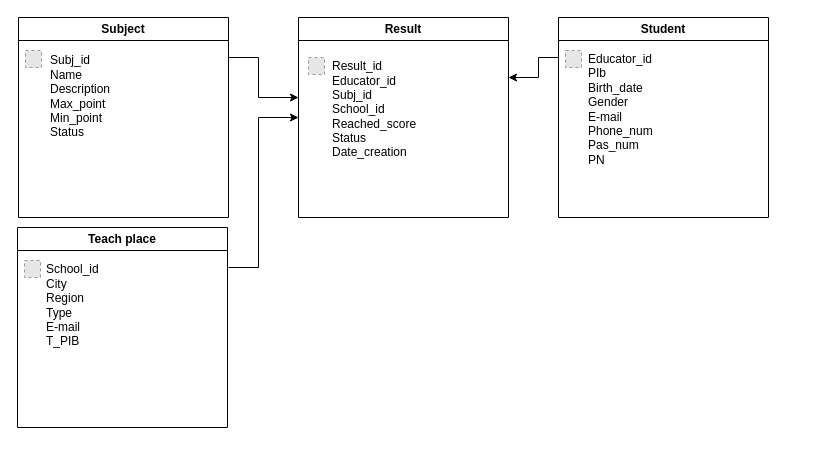
Before: page "ER" (2 of 2) of Database cheme.drawio in hucketa/CP, a draw.io diagram. Source tidied: cells renumbered, new cells numbered last; positions are measured from the earlier drawing's top-left corner, leaving out a move shared by most shapes. Both pictures are drawn from the tidied source at 100%, with x=0, y=0 at pixel (17, 17). Pictures stored in the file or linked from it are replaced by grey dashed boxes.
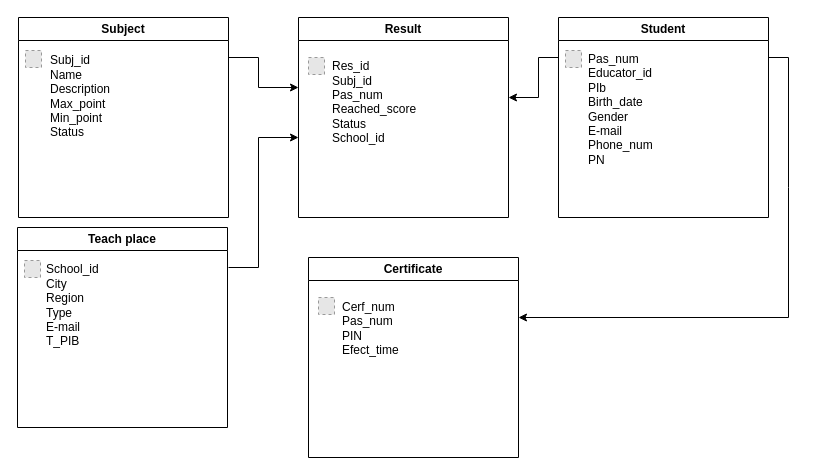
Above is the later version.

Commit message (it also covers changes not shown here):
Added Certificate table

The change refers to these unchanged cells:
```xml
<mxCell id="2" value="Student" style="swimlane;whiteSpace=wrap;html=1;startSize=23;" parent="1" vertex="1">
  <mxGeometry x="541" width="210" height="200" as="geometry" />
</mxCell>
<mxCell id="5" value="Result" style="swimlane;whiteSpace=wrap;html=1;startSize=23;" parent="1" vertex="1">
  <mxGeometry x="281" width="210" height="200" as="geometry" />
</mxCell>
```

The edit, as a diff of the source:
```diff
@@
-    <mxCell id="3" value="&lt;div&gt;Educator_id&lt;/div&gt;&lt;div&gt;&lt;span style=&quot;background-color: initial;&quot;&gt;PIb&lt;/span&gt;&lt;/div&gt;&lt;div&gt;&lt;span style=&quot;background-color: initial;&quot;&gt;Birth_date&lt;/span&gt;&lt;/div&gt;&lt;div&gt;&lt;span style=&quot;background-color: initial;&quot;&gt;Gender&lt;/span&gt;&lt;br&gt;&lt;/div&gt;&lt;div&gt;E-mail&lt;/div&gt;&lt;div&gt;&lt;span style=&quot;background-color: initial;&quot;&gt;Phone_num&lt;/span&gt;&lt;/div&gt;&lt;div&gt;&lt;span style=&quot;background-color: initial;&quot;&gt;Pas_num&lt;/span&gt;&lt;/div&gt;&lt;div&gt;&lt;span style=&quot;background-color: initial;&quot;&gt;PN&lt;/span&gt;&lt;br&gt;&lt;/div&gt;" style="text;html=1;align=left;verticalAlign=middle;strokeColor=none;fillColor=none;" parent="2" vertex="1">
+    <mxCell id="3" value="&lt;div&gt;Pas_num&lt;br&gt;&lt;/div&gt;&lt;div&gt;Educator_id&lt;/div&gt;&lt;div&gt;&lt;span style=&quot;background-color: initial;&quot;&gt;PIb&lt;/span&gt;&lt;/div&gt;&lt;div&gt;&lt;span style=&quot;background-color: initial;&quot;&gt;Birth_date&lt;/span&gt;&lt;/div&gt;&lt;div&gt;&lt;span style=&quot;background-color: initial;&quot;&gt;Gender&lt;/span&gt;&lt;br&gt;&lt;/div&gt;&lt;div&gt;E-mail&lt;/div&gt;&lt;div&gt;&lt;span style=&quot;background-color: initial;&quot;&gt;Phone_num&lt;/span&gt;&lt;/div&gt;&lt;div&gt;&lt;span style=&quot;background-color: initial;&quot;&gt;PN&lt;/span&gt;&lt;br&gt;&lt;/div&gt;" style="text;html=1;align=left;verticalAlign=middle;strokeColor=none;fillColor=none;" parent="2" vertex="1">
       <mxGeometry x="28" y="27" width="90" height="130" as="geometry" />
     </mxCell>
@@
-    <mxCell id="7" value="&lt;div&gt;&lt;span style=&quot;background-color: initial;&quot;&gt;Result_id&lt;/span&gt;&lt;/div&gt;&lt;div&gt;&lt;div style=&quot;text-wrap: nowrap;&quot;&gt;Educator_id&lt;/div&gt;&lt;/div&gt;&lt;div&gt;&lt;span style=&quot;background-color: initial;&quot;&gt;Subj_id&lt;/span&gt;&lt;br&gt;&lt;/div&gt;&lt;div style=&quot;text-wrap: nowrap;&quot;&gt;&lt;span style=&quot;background-color: initial;&quot;&gt;School_id&lt;/span&gt;&lt;/div&gt;&lt;div&gt;&lt;span style=&quot;background-color: initial;&quot;&gt;Reached_score&lt;/span&gt;&lt;/div&gt;&lt;div&gt;&lt;span style=&quot;background-color: initial;&quot;&gt;Status&lt;/span&gt;&lt;br&gt;&lt;/div&gt;&lt;div&gt;&lt;span style=&quot;background-color: initial;&quot;&gt;Date_creation&lt;/span&gt;&lt;/div&gt;" style="text;html=1;align=left;verticalAlign=middle;whiteSpace=wrap;rounded=0;" parent="5" vertex="1">
+    <mxCell id="7" value="&lt;div&gt;&lt;span style=&quot;background-color: initial;&quot;&gt;Res_id&lt;/span&gt;&lt;/div&gt;&lt;div&gt;&lt;span style=&quot;background-color: initial;&quot;&gt;Subj_id&lt;/span&gt;&lt;/div&gt;&lt;div&gt;&lt;span style=&quot;text-wrap: nowrap; background-color: initial;&quot;&gt;Pas_num&lt;/span&gt;&lt;/div&gt;&lt;div&gt;&lt;span style=&quot;background-color: initial;&quot;&gt;Reached_score&lt;/span&gt;&lt;/div&gt;&lt;div&gt;&lt;span style=&quot;background-color: initial;&quot;&gt;Status&lt;/span&gt;&lt;/div&gt;&lt;div&gt;&lt;span style=&quot;background-color: initial; text-wrap: nowrap;&quot;&gt;School_id&lt;/span&gt;&lt;br&gt;&lt;/div&gt;&lt;div&gt;&lt;div style=&quot;text-wrap: nowrap;&quot;&gt;&lt;div&gt;&lt;span style=&quot;background-color: initial;&quot;&gt;&lt;br&gt;&lt;/span&gt;&lt;/div&gt;&lt;/div&gt;&lt;/div&gt;" style="text;html=1;align=left;verticalAlign=middle;whiteSpace=wrap;rounded=0;" parent="5" vertex="1">
       <mxGeometry x="32" y="27" width="140" height="130" as="geometry" />
     </mxCell>
@@
     <mxCell id="14" style="endArrow=classic;html=1;rounded=0;" parent="1" edge="1">
       <mxGeometry relative="1" as="geometry">
         <mxPoint x="211" y="40" as="sourcePoint" />
-        <mxPoint x="281" y="80" as="targetPoint" />
+        <mxPoint x="281" y="70" as="targetPoint" />
         <Array as="points">
           <mxPoint x="241" y="40" />
-          <mxPoint x="241" y="80" />
+          <mxPoint x="241" y="70" />
         </Array>
       </mxGeometry>
     </mxCell>
-    <mxCell id="15" style="endArrow=classic;html=1;rounded=0;entryX=0;entryY=0.5;entryDx=0;entryDy=0;" parent="1" edge="1" target="5">
+    <mxCell id="15" style="endArrow=classic;html=1;rounded=0;" parent="1" edge="1">
       <mxGeometry relative="1" as="geometry">
         <mxPoint x="211" y="250" as="sourcePoint" />
+        <mxPoint x="281" y="120" as="targetPoint" />
         <Array as="points">
           <mxPoint x="241" y="250" />
-          <mxPoint x="241" y="100" />
+          <mxPoint x="241" y="120" />
         </Array>
       </mxGeometry>
     </mxCell>
     <mxCell id="16" style="endArrow=classic;html=1;rounded=0;" parent="1" edge="1">
       <mxGeometry relative="1" as="geometry">
         <mxPoint x="541" y="40" as="sourcePoint" />
-        <mxPoint x="491" y="60" as="targetPoint" />
+        <mxPoint x="491" y="80" as="targetPoint" />
         <Array as="points">
           <mxPoint x="521" y="40" />
-          <mxPoint x="521" y="60" />
+          <mxPoint x="521" y="80" />
         </Array>
       </mxGeometry>
     </mxCell>
+    <mxCell id="17" value="Certificate" style="swimlane;whiteSpace=wrap;html=1;startSize=23;" parent="1" vertex="1">
+      <mxGeometry x="291" y="240" width="210" height="200" as="geometry" />
+    </mxCell>
+    <mxCell id="18" style="fillColor=#E6E6E6;strokeColor=#999999;dashed=1;verticalLabelPosition=bottom;labelBackgroundColor=default;verticalAlign=top;" parent="17" vertex="1">
+      <mxGeometry x="10" y="40" width="16" height="17" as="geometry" />
+    </mxCell>
+    <mxCell id="19" value="&lt;div style=&quot;&quot;&gt;&lt;span style=&quot;background-color: initial;&quot;&gt;Cerf_num&lt;/span&gt;&lt;/div&gt;&lt;div style=&quot;&quot;&gt;&lt;span style=&quot;text-wrap: nowrap; background-color: initial;&quot;&gt;Pas_num&lt;/span&gt;&lt;/div&gt;&lt;div style=&quot;&quot;&gt;&lt;span style=&quot;background-color: initial;&quot;&gt;PIN&lt;/span&gt;&lt;br&gt;&lt;/div&gt;&lt;div style=&quot;&quot;&gt;&lt;span style=&quot;text-wrap: nowrap;&quot;&gt;Efect_time&lt;br&gt;&lt;/span&gt;&lt;/div&gt;" style="text;html=1;align=left;verticalAlign=middle;whiteSpace=wrap;rounded=0;fontColor=default;" parent="17" vertex="1">
+      <mxGeometry x="32" y="6" width="140" height="130" as="geometry" />
+    </mxCell>
+    <mxCell id="20" style="endArrow=classic;html=1;rounded=0;" parent="1" edge="1">
+      <mxGeometry relative="1" as="geometry">
+        <mxPoint x="751" y="40" as="sourcePoint" />
+        <mxPoint x="501" y="300" as="targetPoint" />
+        <Array as="points">
+          <mxPoint x="771" y="40" />
+          <mxPoint x="771" y="170" />
+          <mxPoint x="771" y="300" />
+        </Array>
+      </mxGeometry>
+    </mxCell>
```
